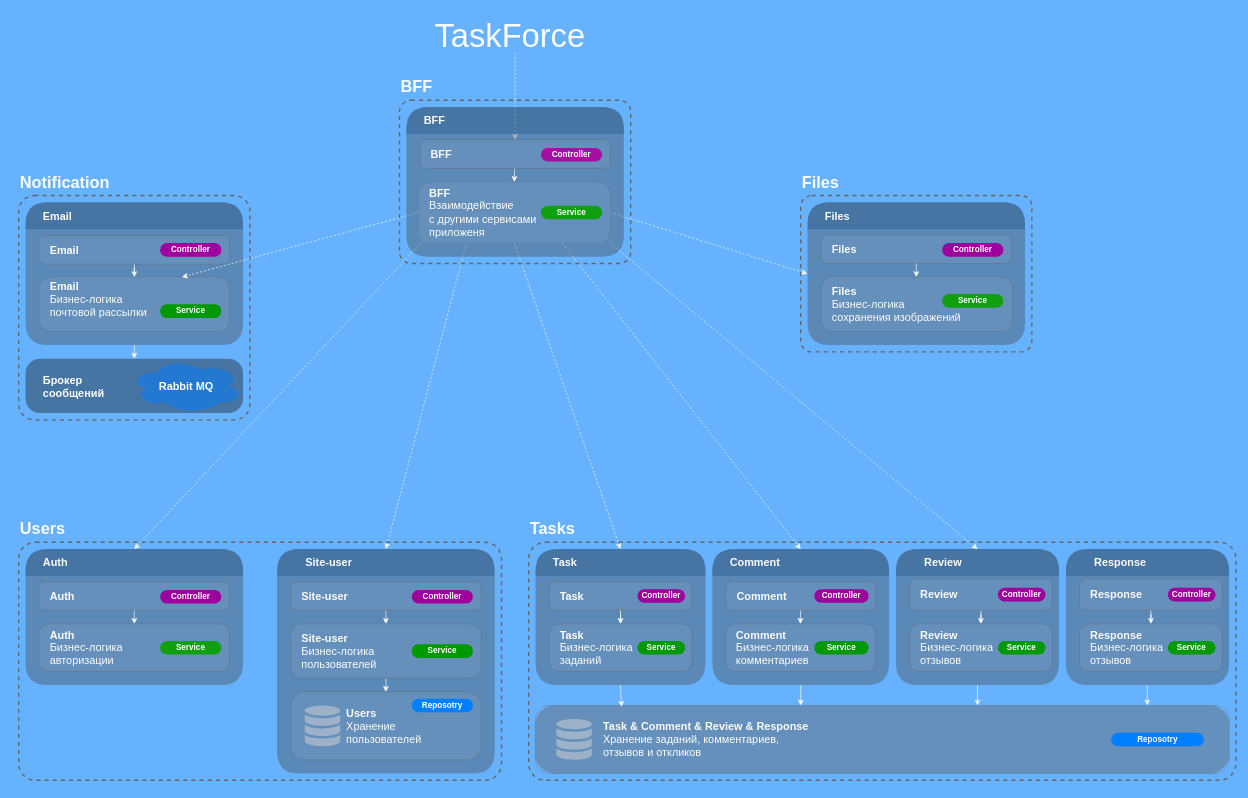
foxspb2012/1313957-taskforce-2 keeps this draw.io diagram as specification.drawio. Above is the earlier version. Source tidied: cells renumbered, new cells numbered last; positions are measured from the earlier drawing's top-left corner, leaving out a move shared by most shapes. Both pictures are drawn from the tidied source at 68%, with x=0, y=0 at pixel (12, 12).
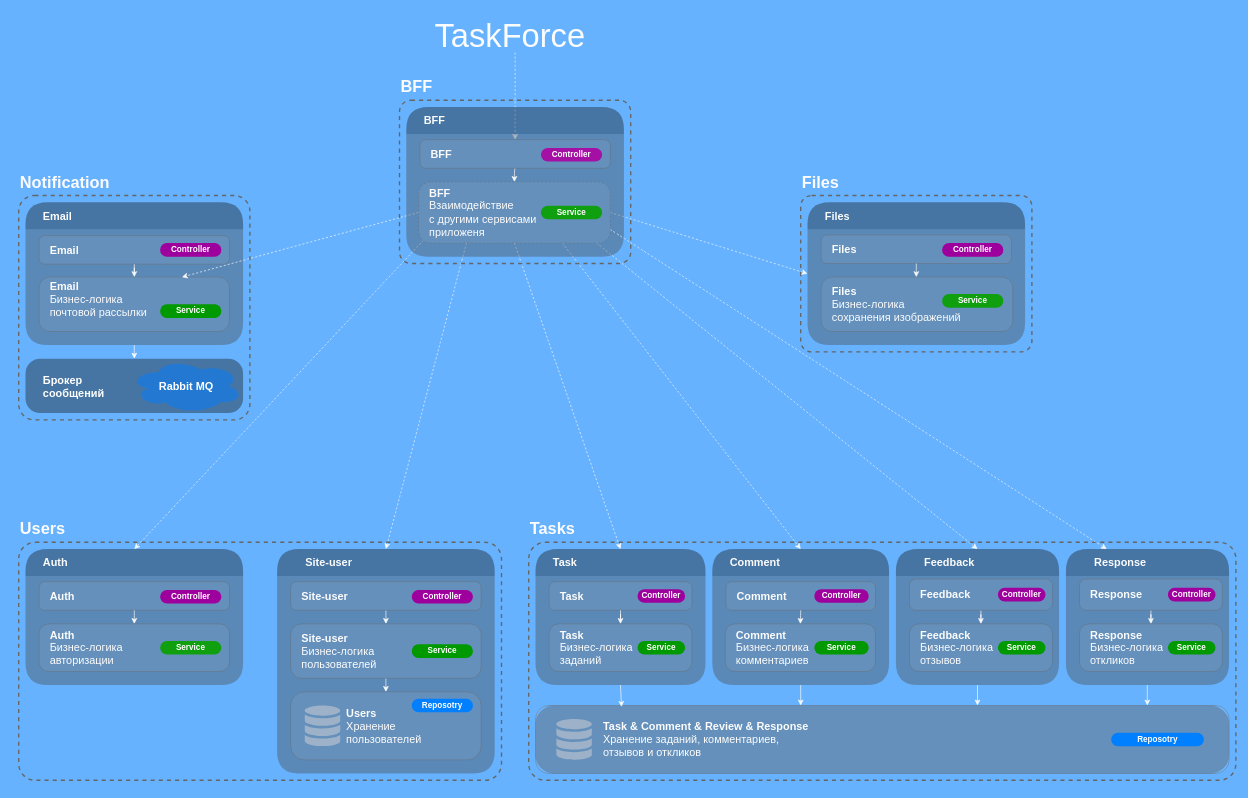
After the change.

Unchanged cells that the change refers to:
```xml
<mxCell id="86" value="&lt;font style=&quot;font-size: 16px;&quot;&gt;&lt;b&gt;BFF&lt;/b&gt;&lt;br&gt;Взаимодействие &lt;br&gt;с другими сервисами &lt;br&gt;приложеня&lt;br&gt;&lt;/font&gt;" style="rounded=1;whiteSpace=wrap;html=1;shadow=0;glass=0;comic=0;sketch=0;fillStyle=solid;strokeColor=#696969;fontColor=#FCFCFC;fillColor=#FFFFFF;gradientColor=none;fillOpacity=10;arcSize=20;opacity=60;align=left;spacing=16;dashed=1;" parent="82" vertex="1">
  <mxGeometry x="18" y="110" width="282" height="90" as="geometry" />
</mxCell>
<mxCell id="94" value="&lt;blockquote style=&quot;margin: 0 0 0 40px; border: none; padding: 0px;&quot;&gt;&lt;font color=&quot;#fcfcfc&quot;&gt;&lt;span style=&quot;font-size: 16px;&quot;&gt;Response&lt;/span&gt;&lt;/font&gt;&lt;/blockquote&gt;" style="swimlane;whiteSpace=wrap;html=1;rounded=1;arcSize=27;startSize=40;swimlaneLine=1;fillOpacity=100;fillStyle=solid;fillColor=#1A1A1A;noLabel=0;backgroundOutline=0;comic=0;sketch=0;glass=0;gradientColor=none;swimlaneFillColor=#4D4D4D;strokeColor=none;opacity=40;shadow=0;align=left;" parent="1" vertex="1">
  <mxGeometry x="1550" y="790" width="240" height="200" as="geometry" />
</mxCell>
```

Change to the diagram source:
```diff
@@
-    <mxCell id="31" value="&lt;blockquote style=&quot;margin: 0 0 0 40px; border: none; padding: 0px;&quot;&gt;&lt;b style=&quot;color: rgb(252, 252, 252); background-color: initial; font-size: 16px;&quot;&gt;Review&amp;nbsp;&lt;/b&gt;&lt;br&gt;&lt;/blockquote&gt;" style="swimlane;whiteSpace=wrap;html=1;rounded=1;arcSize=27;startSize=40;swimlaneLine=1;fillOpacity=100;fillStyle=solid;fillColor=#1A1A1A;noLabel=0;backgroundOutline=0;comic=0;sketch=0;glass=0;gradientColor=none;swimlaneFillColor=#4D4D4D;strokeColor=none;opacity=40;shadow=0;align=left;" parent="1" vertex="1">
+    <mxCell id="31" value="&lt;blockquote style=&quot;margin: 0 0 0 40px; border: none; padding: 0px;&quot;&gt;&lt;b style=&quot;color: rgb(252, 252, 252); background-color: initial; font-size: 16px;&quot;&gt;Feedback&lt;/b&gt;&lt;br&gt;&lt;/blockquote&gt;" style="swimlane;whiteSpace=wrap;html=1;rounded=1;arcSize=27;startSize=40;swimlaneLine=1;fillOpacity=100;fillStyle=solid;fillColor=#1A1A1A;noLabel=0;backgroundOutline=0;comic=0;sketch=0;glass=0;gradientColor=none;swimlaneFillColor=#4D4D4D;strokeColor=none;opacity=40;shadow=0;align=left;" parent="1" vertex="1">
       <mxGeometry x="1300" y="790" width="240" height="200" as="geometry" />
     </mxCell>
-    <mxCell id="32" value="&lt;b style=&quot;background-color: initial; font-size: 16px;&quot;&gt;Review&amp;nbsp;&lt;/b&gt;&lt;span style=&quot;font-size: 16px;&quot;&gt;&lt;br&gt;Бизнес-логика &lt;br&gt;отзывов&lt;br&gt;&lt;/span&gt;" style="rounded=1;whiteSpace=wrap;html=1;shadow=0;glass=0;comic=0;sketch=0;fillStyle=solid;strokeColor=#696969;fontColor=#FCFCFC;fillColor=#FFFFFF;gradientColor=none;fillOpacity=10;arcSize=20;opacity=60;align=left;spacing=16;" parent="31" vertex="1">
+    <mxCell id="32" value="&lt;b style=&quot;border-color: var(--border-color); background-color: initial; font-size: 16px;&quot;&gt;Feedback&lt;/b&gt;&lt;span style=&quot;font-size: 16px;&quot;&gt;&lt;br&gt;Бизнес-логика &lt;br&gt;отзывов&lt;br&gt;&lt;/span&gt;" style="rounded=1;whiteSpace=wrap;html=1;shadow=0;glass=0;comic=0;sketch=0;fillStyle=solid;strokeColor=#696969;fontColor=#FCFCFC;fillColor=#FFFFFF;gradientColor=none;fillOpacity=10;arcSize=20;opacity=60;align=left;spacing=16;" parent="31" vertex="1">
       <mxGeometry x="20" y="110" width="210" height="70" as="geometry" />
     </mxCell>
@@
-    <mxCell id="34" value="&lt;font style=&quot;font-size: 14px;&quot;&gt;&lt;b style=&quot;background-color: initial; font-size: 16px;&quot;&gt;Review&amp;nbsp;&lt;/b&gt;&lt;br&gt;&lt;/font&gt;" style="rounded=1;whiteSpace=wrap;html=1;shadow=0;glass=0;comic=0;sketch=0;fillStyle=solid;strokeColor=#696969;fontColor=#FCFCFC;fillColor=#FFFFFF;gradientColor=none;fillOpacity=10;arcSize=20;opacity=60;align=left;spacing=16;" parent="31" vertex="1">
+    <mxCell id="34" value="&lt;font style=&quot;font-size: 14px;&quot;&gt;&lt;b style=&quot;border-color: var(--border-color); background-color: initial; font-size: 16px;&quot;&gt;Feedback&lt;/b&gt;&lt;br&gt;&lt;/font&gt;" style="rounded=1;whiteSpace=wrap;html=1;shadow=0;glass=0;comic=0;sketch=0;fillStyle=solid;strokeColor=#696969;fontColor=#FCFCFC;fillColor=#FFFFFF;gradientColor=none;fillOpacity=10;arcSize=20;opacity=60;align=left;spacing=16;" parent="31" vertex="1">
       <mxGeometry x="20" y="44" width="210" height="46" as="geometry" />
     </mxCell>
@@
-    <mxCell id="62" style="endArrow=classic;html=1;dashed=1;strokeColor=#FAFAFA;fontSize=16;fontColor=#FFFFFF;curved=1;jumpStyle=arc;entryX=0.5;entryY=0;entryDx=0;entryDy=0;exitX=1;exitY=1;exitDx=0;exitDy=0;" parent="1" edge="1" source="86" target="31">
-      <mxGeometry relative="1" as="geometry" />
+    <mxCell id="62" style="endArrow=classic;html=1;dashed=1;strokeColor=#FAFAFA;fontSize=16;fontColor=#FFFFFF;curved=1;jumpStyle=arc;entryX=0.5;entryY=0;entryDx=0;entryDy=0;" parent="1" edge="1" target="31">
+      <mxGeometry relative="1" as="geometry">
+        <mxPoint x="860" y="340" as="sourcePoint" />
+      </mxGeometry>
     </mxCell>
@@
-    <mxCell id="95" value="&lt;span style=&quot;font-size: 16px; font-weight: 700;&quot;&gt;Response&lt;/span&gt;&lt;span style=&quot;font-size: 16px;&quot;&gt;&lt;br&gt;Бизнес-логика &lt;br&gt;отзывов&lt;br&gt;&lt;/span&gt;" style="rounded=1;whiteSpace=wrap;html=1;shadow=0;glass=0;comic=0;sketch=0;fillStyle=solid;strokeColor=#696969;fontColor=#FCFCFC;fillColor=#FFFFFF;gradientColor=none;fillOpacity=10;arcSize=20;opacity=60;align=left;spacing=16;" parent="94" vertex="1">
+    <mxCell id="95" value="&lt;span style=&quot;font-size: 16px; font-weight: 700;&quot;&gt;Response&lt;/span&gt;&lt;span style=&quot;font-size: 16px;&quot;&gt;&lt;br&gt;Бизнес-логика &lt;br&gt;откликов&lt;br&gt;&lt;/span&gt;" style="rounded=1;whiteSpace=wrap;html=1;shadow=0;glass=0;comic=0;sketch=0;fillStyle=solid;strokeColor=#696969;fontColor=#FCFCFC;fillColor=#FFFFFF;gradientColor=none;fillOpacity=10;arcSize=20;opacity=60;align=left;spacing=16;" parent="94" vertex="1">
       <mxGeometry x="20" y="110" width="210" height="70" as="geometry" />
     </mxCell>
@@
+    <mxCell id="102" style="endArrow=classic;html=1;dashed=1;strokeColor=#FAFAFA;fontSize=16;fontColor=#FFFFFF;curved=1;jumpStyle=arc;entryX=0.25;entryY=0;entryDx=0;entryDy=0;" parent="1" edge="1" target="94">
+      <mxGeometry relative="1" as="geometry">
+        <mxPoint x="880" y="320" as="sourcePoint" />
+      </mxGeometry>
+    </mxCell>
```
